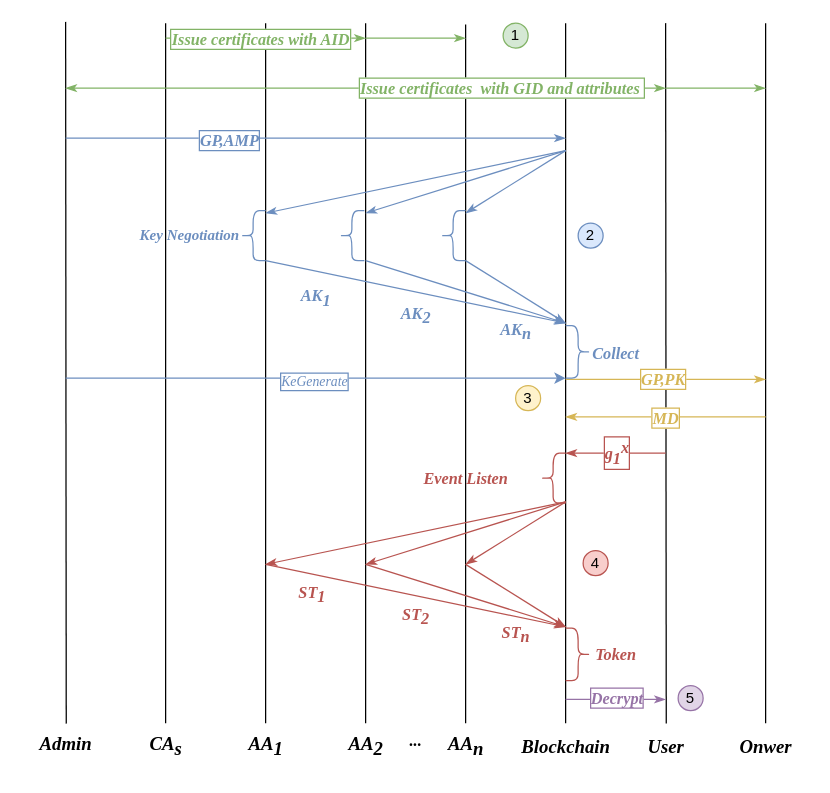
This is systemarchitecture.drawio from Mr-doublehappines/httpServer, a draw.io file, before an edit. Source tidied: cells renumbered, new cells numbered last; positions are measured from the earlier drawing's top-left corner, leaving out a move shared by most shapes. Both pictures are drawn from the tidied source at 125%, with x=0, y=0 at pixel (21, 21).
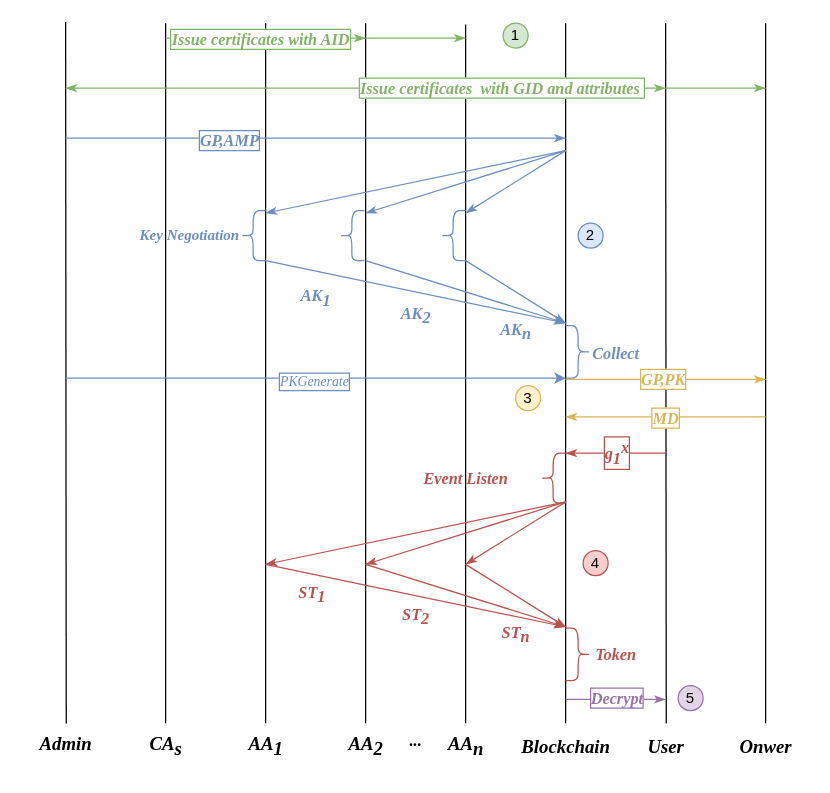
After the change.

The change refers to these unchanged cells:
```xml
<mxCell id="69" style="endArrow=classic;html=1;rounded=0;fillColor=#dae8fc;strokeColor=#6C8EBF;" parent="1" edge="1">
  <mxGeometry relative="1" as="geometry">
    <mxPoint x="35" y="285" as="sourcePoint" />
    <mxPoint x="435" y="285" as="targetPoint" />
  </mxGeometry>
</mxCell>
```

Diff of the diagram source:
```diff
@@
-    <mxCell id="70" value="KeGenerate" style="edgeLabel;html=1;align=center;verticalAlign=middle;labelBorderColor=#6C8EBF;fontColor=#6C8EBF;fontStyle=2;fontFamily=Times New Roman;" parent="69" vertex="1">
+    <mxCell id="70" value="PKGenerate" style="edgeLabel;html=1;align=center;verticalAlign=middle;labelBorderColor=#6C8EBF;fontColor=#6C8EBF;fontStyle=2;fontFamily=Times New Roman;" parent="69" vertex="1">
       <mxGeometry x="-0.01" y="-2" relative="1" as="geometry" />
     </mxCell>
```
